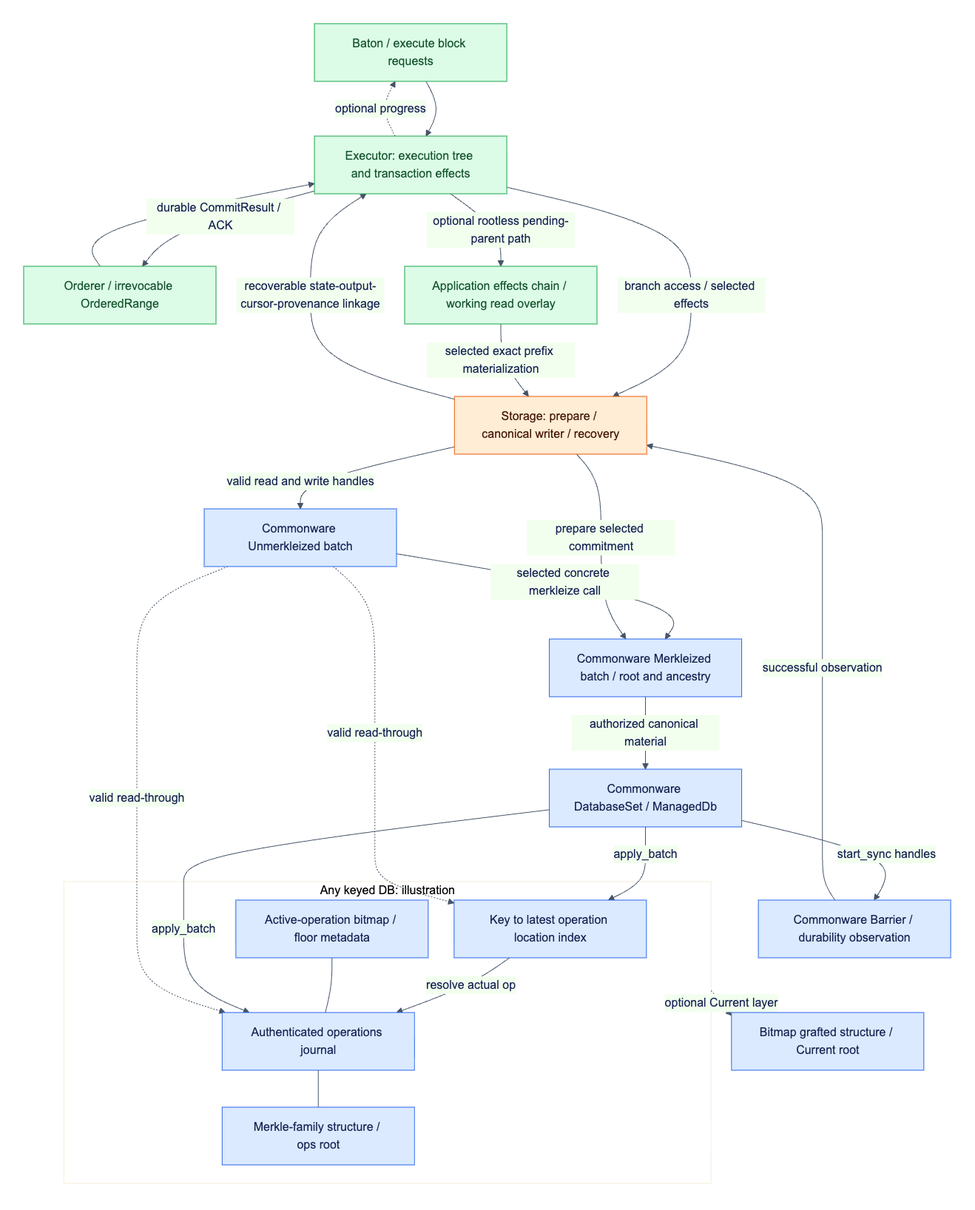
Earlier version of the Mermaid export docs/assets/diagrams/diagram-17.png (djm07073/baton-research). Its source is kept beside it as docs/assets/diagrams/diagram-17.mmd.
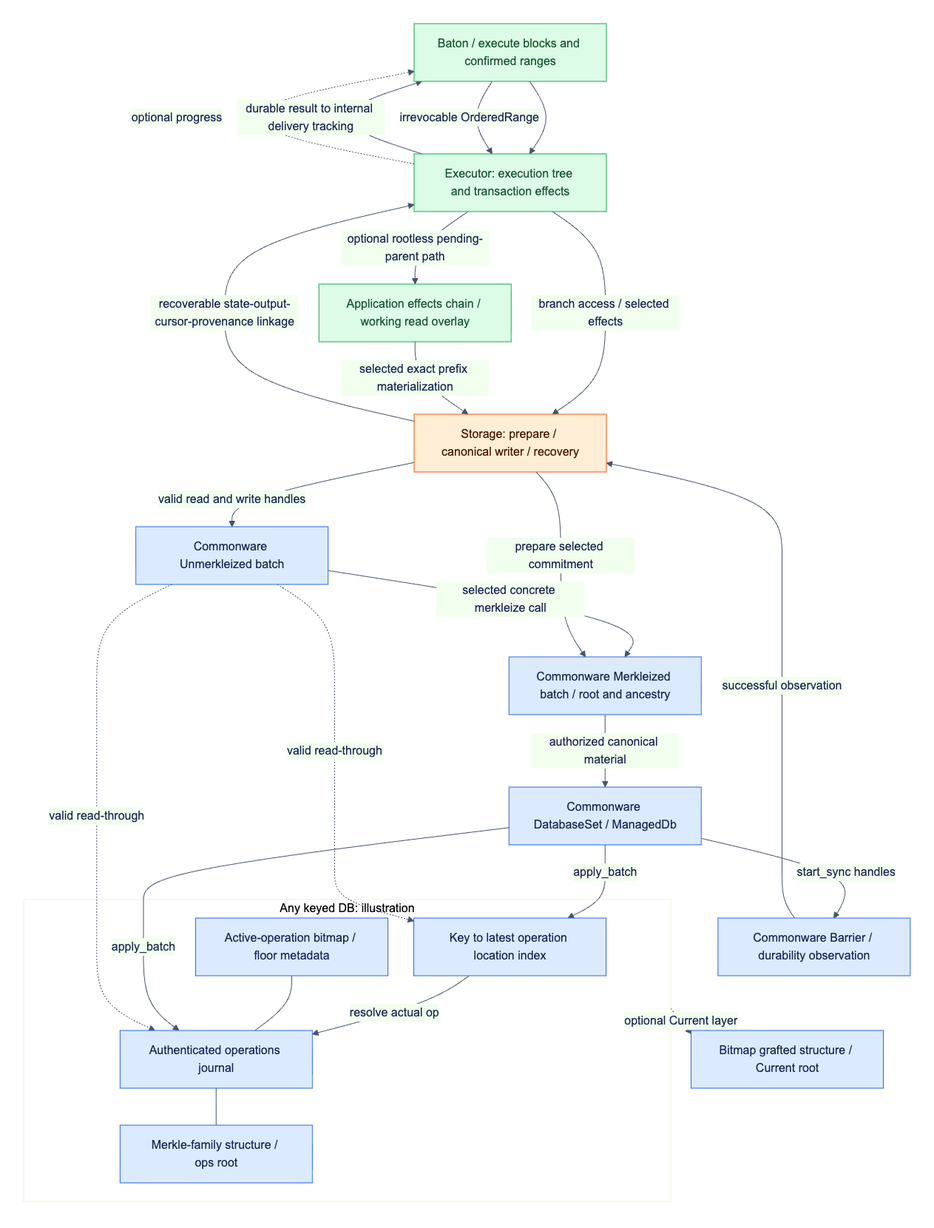
Above is the later version.

Change to the diagram source:
```diff
@@ -1,6 +1,6 @@
 flowchart TB
-    B[Baton / execute block requests] --> E[Executor: execution tree and transaction effects]
-    ORDER[Orderer / irrevocable OrderedRange] --> E
+    B[Baton / execute blocks and confirmed ranges] --> E[Executor: execution tree and transaction effects]
+    B -->|irrevocable OrderedRange| E
     E -->|branch access / selected effects| S[Storage: prepare / canonical writer / recovery]
     S -->|valid read and write handles| U[Commonware Unmerkleized batch]
     E -->|optional rootless pending-parent path| O[Application effects chain / working read overlay]
@@ -25,11 +25,11 @@
     D -->|start_sync handles| F[Commonware Barrier / durability observation]
     F -->|successful observation| S
     S -->|recoverable state-output-cursor-provenance linkage| E
-    E -->|durable CommitResult / ACK| ORDER
+    E -->|durable result to internal delivery tracking| B
     E -. optional progress .-> B
     classDef reuse fill:#dbeafe,stroke:#2563eb,color:#172554;
     classDef adapt fill:#ffedd5,stroke:#ea580c,color:#431407;
     classDef fresh fill:#dcfce7,stroke:#16a34a,color:#14532d;
     class U,K,D,I,L,M,A,C,F reuse;
     class S adapt;
-    class B,ORDER,E,O fresh;
+    class B,E,O fresh;
```
